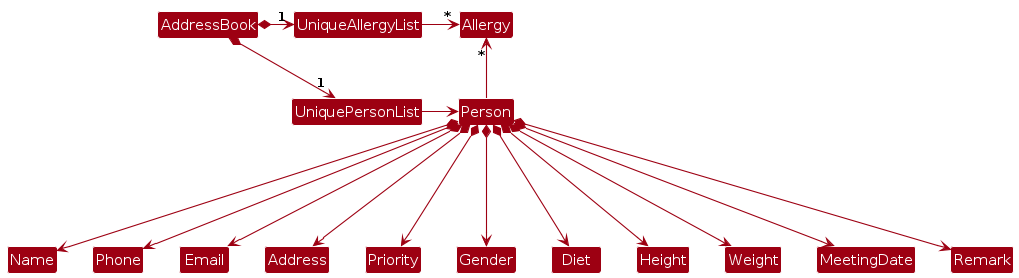
Earlier version of the PlantUML export diagrams/BetterModelClassDiagram.png (AY2425S2-CS2103T-F11-2/tp). Its source is kept beside it as diagrams/BetterModelClassDiagram.puml.
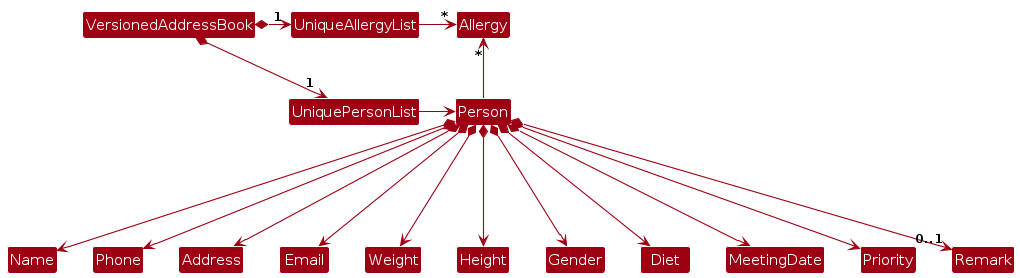
Later version of the same file.

The edit, as a diff of the source:
```diff
@@ -4,8 +4,8 @@
 skinparam arrowColor MODEL_COLOR
 skinparam classBackgroundColor MODEL_COLOR
 
-AddressBook *-right-> "1" UniquePersonList
-AddressBook *-right-> "1" UniqueAllergyList
+VersionedAddressBook *-right-> "1" UniquePersonList
+VersionedAddressBook *-right-> "1" UniqueAllergyList
 UniqueAllergyList -[hidden]down- UniquePersonList
 UniqueAllergyList -[hidden]down- UniquePersonList
 
@@ -16,13 +16,24 @@
 
 Person *---> Name
 Person *---> Phone
+Person *---> Address
 Person *---> Email
-Person *---> Address
-Person *---> Priority
+Person *---> Weight
+Person *---> Height
 Person *---> Gender
 Person *---> Diet
-Person *---> Height
-Person *---> Weight
 Person *---> MeetingDate
-Person *---> Remark
+Person *---> Priority
+Person *---> "0..1"Remark
+
+Name -[hidden]right-> Phone
+Phone -[hidden]right-> Address
+Address -[hidden]right-> Email
+Email -[hidden]right-> Weight
+Weight -[hidden]right-> Height
+Height -[hidden]right-> Gender
+Gender -[hidden]right-> Diet
+Diet -[hidden]right-> MeetingDate
+MeetingDate -[hidden]right-> Priority
+Priority -[hidden]right-> Remark
 @enduml
```
